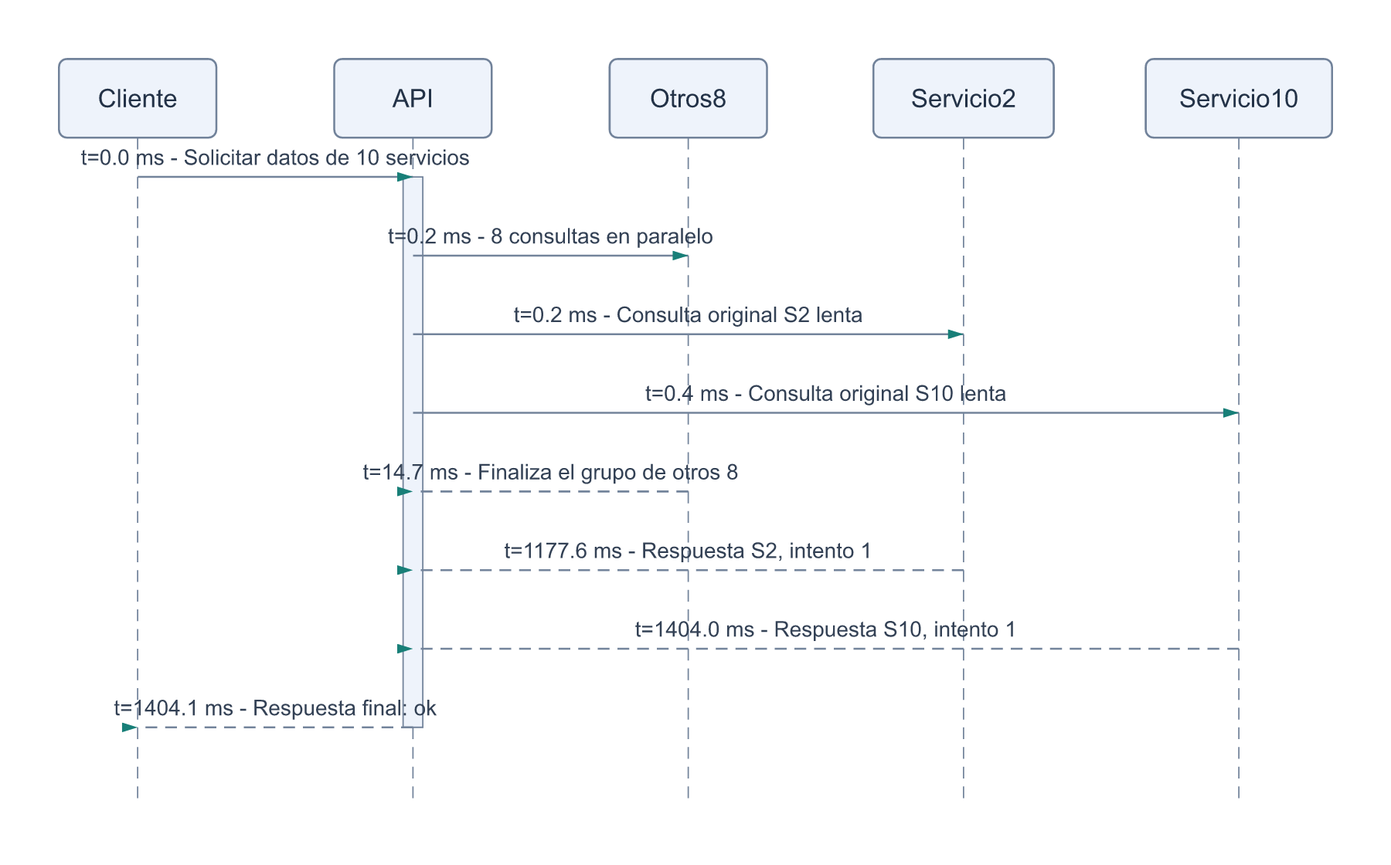
Fabryzzio-Meza-Torres/arquitectura-de-software keeps this Mermaid diagram as Laboratorio10/PoC3/results/sequence/baseline.png. Above is the earlier version. Its source is kept beside it as Laboratorio10/PoC3/results/sequence/baseline.mmd. The source it was exported from:
```mermaid
sequenceDiagram
    participant Cliente
    participant API
    participant Otros8
    participant Servicio2
    participant Servicio10
    Cliente->>+API: t=0.0 ms - Solicitar datos de 10 servicios
    API->>Otros8: t=0.2 ms - 8 consultas en paralelo
    API->>Servicio2: t=0.2 ms - Consulta original S2 lenta
    API->>Servicio10: t=0.4 ms - Consulta original S10 lenta
    Otros8-->>API: t=14.7 ms - Finaliza el grupo de otros 8
    Servicio2-->>API: t=1177.6 ms - Respuesta S2, intento 1
    Servicio10-->>API: t=1404.0 ms - Respuesta S10, intento 1
    API-->>-Cliente: t=1404.1 ms - Respuesta final: ok
```
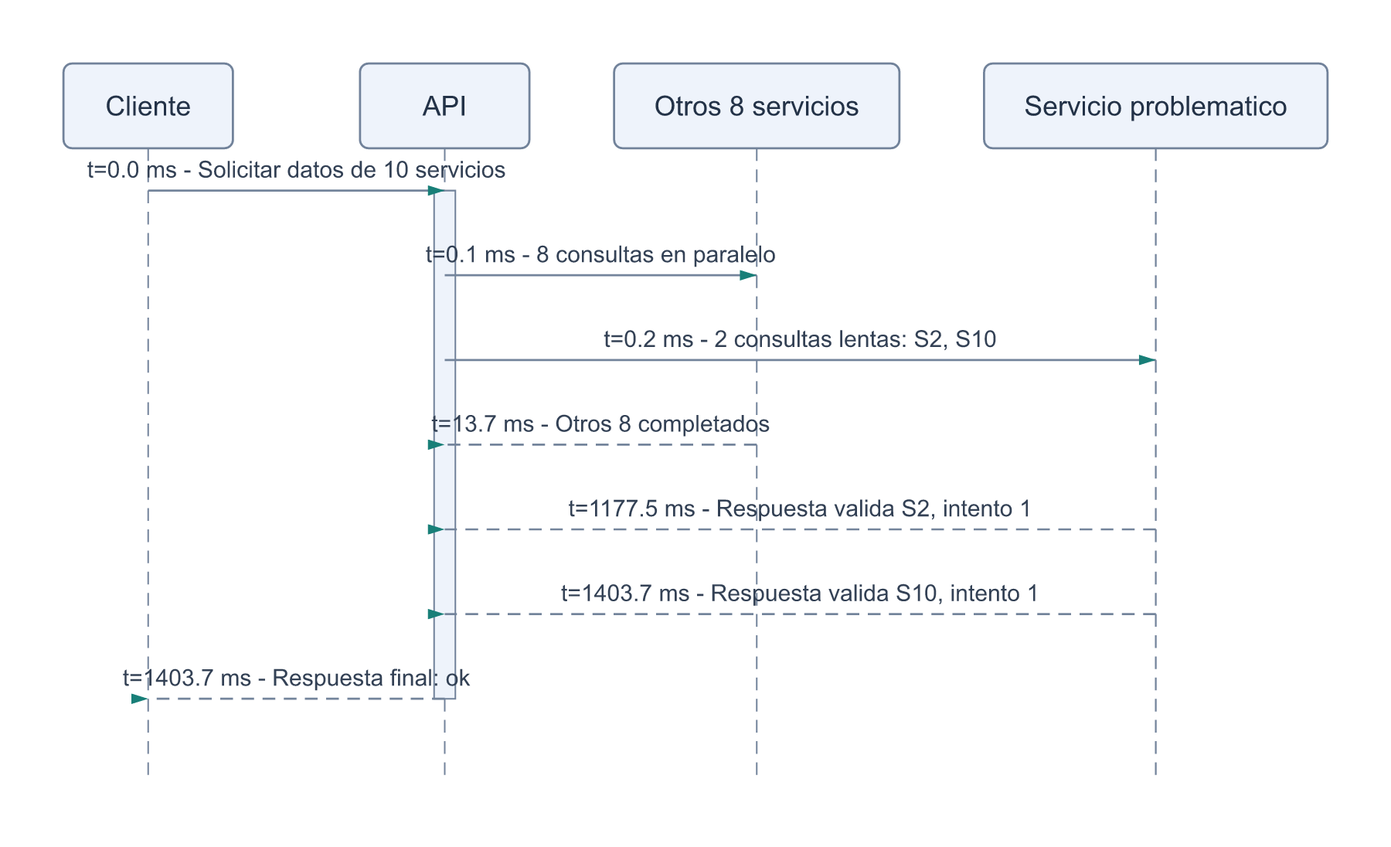
Above is the later version.

Diff of the diagram source:
```diff
@@ -1,14 +1,12 @@
 sequenceDiagram
     participant Cliente
     participant API
-    participant Otros8
-    participant Servicio2
-    participant Servicio10
+    participant Otros8 as Otros 8 servicios
+    participant Problema as Servicio problematico
     Cliente->>+API: t=0.0 ms - Solicitar datos de 10 servicios
-    API->>Otros8: t=0.2 ms - 8 consultas en paralelo
-    API->>Servicio2: t=0.2 ms - Consulta original S2 lenta
-    API->>Servicio10: t=0.4 ms - Consulta original S10 lenta
-    Otros8-->>API: t=14.7 ms - Finaliza el grupo de otros 8
-    Servicio2-->>API: t=1177.6 ms - Respuesta S2, intento 1
-    Servicio10-->>API: t=1404.0 ms - Respuesta S10, intento 1
-    API-->>-Cliente: t=1404.1 ms - Respuesta final: ok
+    API->>Otros8: t=0.1 ms - 8 consultas en paralelo
+    API->>Problema: t=0.2 ms - 2 consultas lentas: S2, S10
+    Otros8-->>API: t=13.7 ms - Otros 8 completados
+    Problema-->>API: t=1177.5 ms - Respuesta valida S2, intento 1
+    Problema-->>API: t=1403.7 ms - Respuesta valida S10, intento 1
+    API-->>-Cliente: t=1403.7 ms - Respuesta final: ok
```
